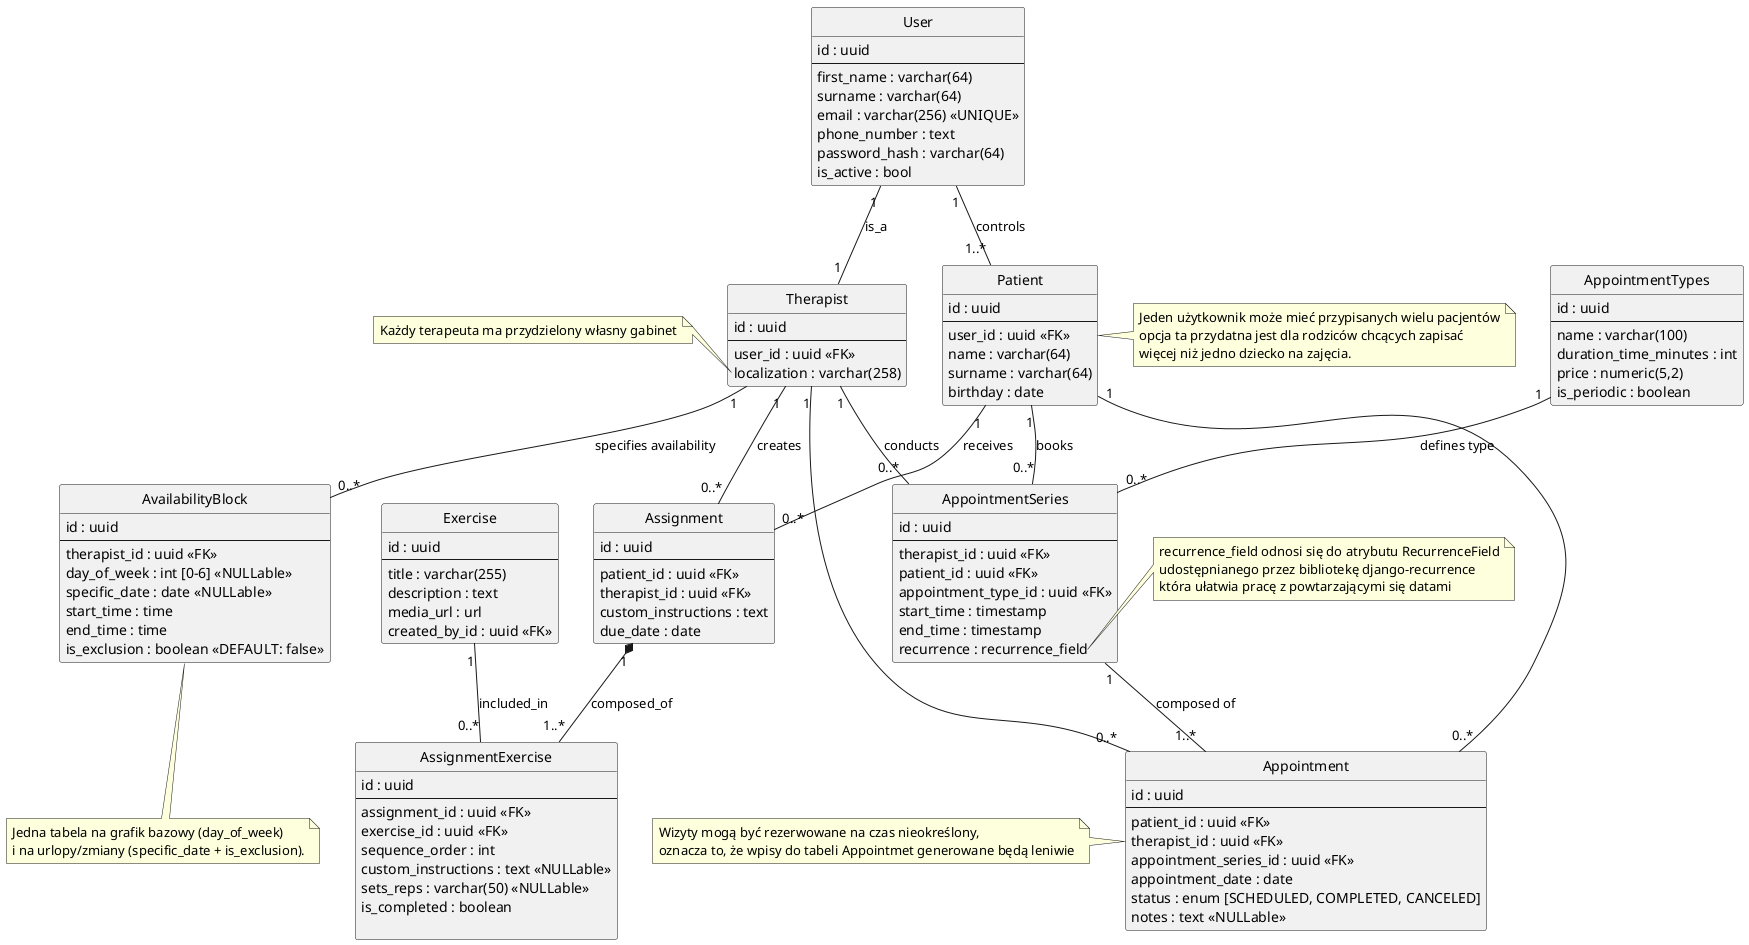
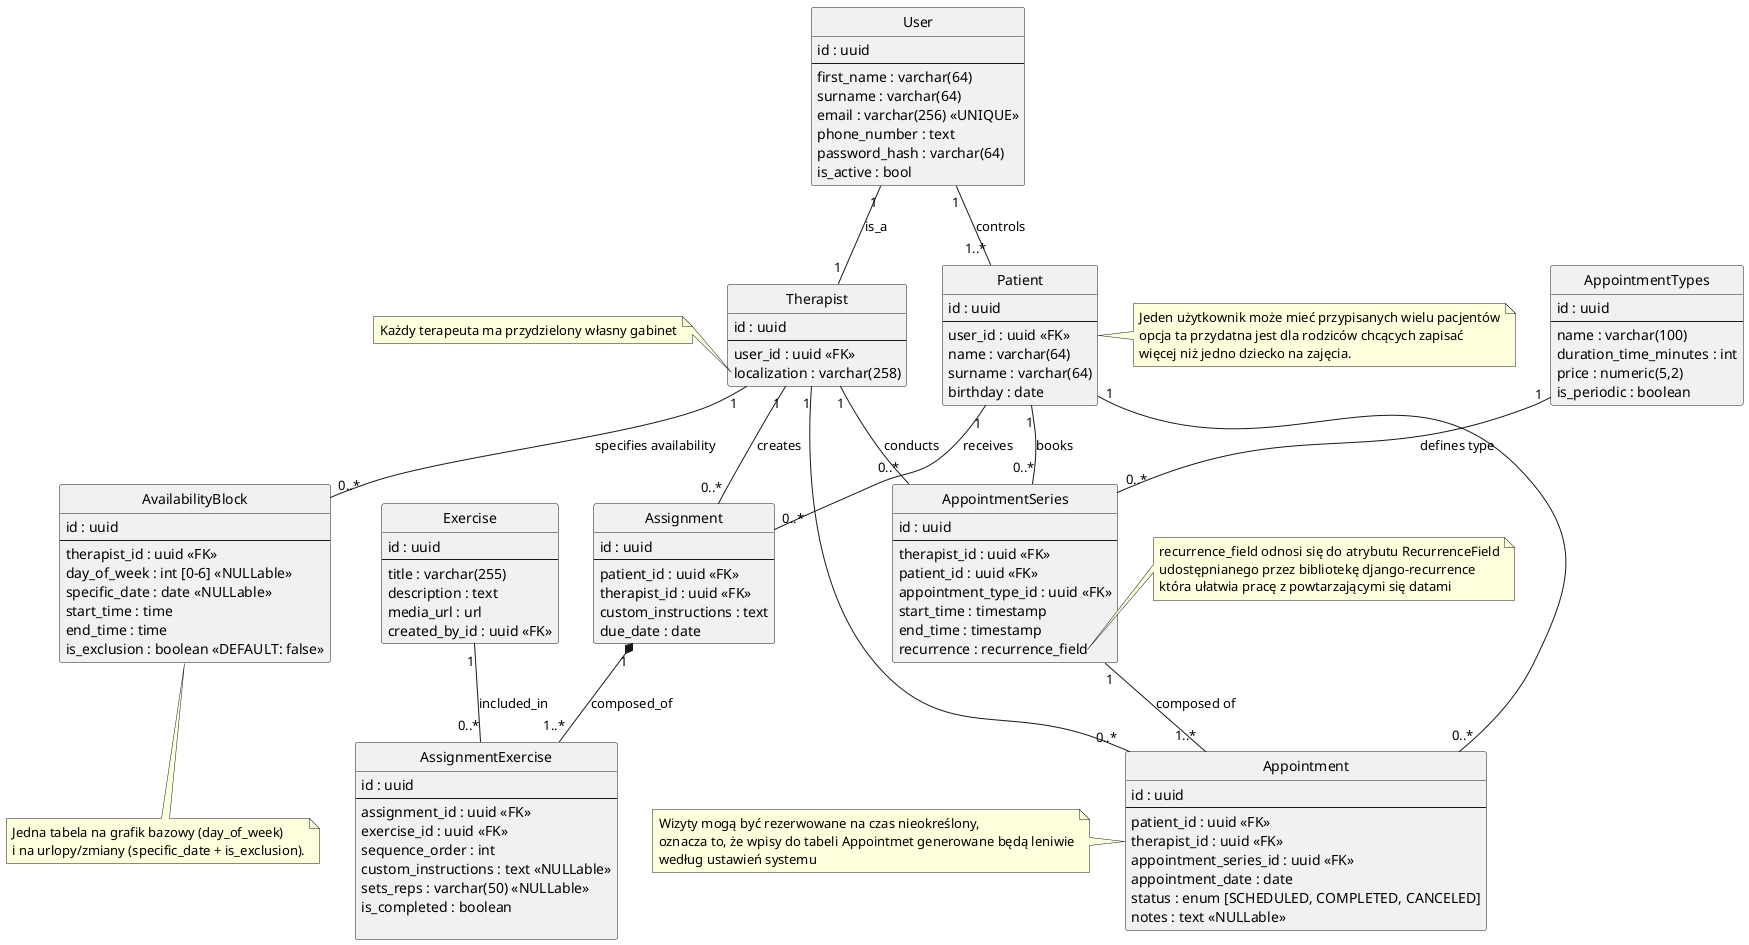
@startuml Speech Therapy Office Management System (sTOMs)

hide empty methods
hide circle
+ 
+ 
+ 

'---------------
' Profiles
'---------------

class User {
    id : uuid
--
    first_name : varchar(64)
    surname : varchar(64)
    email : varchar(256) <<UNIQUE>>
    phone_number : text
    password_hash : varchar(64)
    is_active : bool
}


class Therapist {
    id : uuid
--
    user_id : uuid <<FK>>
    localization : varchar(258)
}
note left of Therapist::localization
Każdy terapeuta ma przydzielony własny gabinet
endnote

class Patient {
    id : uuid
--
    user_id : uuid <<FK>>
    name : varchar(64)
    surname : varchar(64)
    birthday : date
}
note right
Jeden użytkownik może mieć przypisanych wielu pacjentów
opcja ta przydatna jest dla rodziców chcących zapisać
więcej niż jedno dziecko na zajęcia.
endnote

User "1" -- "1" Therapist : is_a
User "1" -- "1..*" Patient : controls


'---------------
' Therapy and Scheduling
'---------------

class AppointmentTypes {
    id : uuid
--
    name : varchar(100)
    duration_time_minutes : int
    price : numeric(5,2)
    is_periodic : boolean
}

class AvailabilityBlock {
    id : uuid
--
    therapist_id : uuid <<FK>>
    day_of_week : int [0-6] <<NULLable>>
    specific_date : date <<NULLable>>
    start_time : time
    end_time : time
    is_exclusion : boolean <<DEFAULT: false>>
}
note bottom: Jedna tabela na grafik bazowy (day_of_week)\ni na urlopy/zmiany (specific_date + is_exclusion).


class Appointment {
    id : uuid
--
    patient_id : uuid <<FK>>
    therapist_id : uuid <<FK>>
    appointment_series_id : uuid <<FK>>
    appointment_date : date
    status : enum [SCHEDULED, COMPLETED, CANCELED]
    notes : text <<NULLable>>
}
note left of Appointment
Wizyty mogą być rezerwowane na czas nieokreślony,
oznacza to, że wpisy do tabeli Appointmet generowane będą leniwie
+ według ustawień systemu
endnote

class AppointmentSeries {
    id : uuid
--
    therapist_id : uuid <<FK>>
    patient_id : uuid <<FK>>
    appointment_type_id : uuid <<FK>>
    start_time : timestamp
    end_time : timestamp
    recurrence : recurrence_field
}
note right of AppointmentSeries::recurrence
recurrence_field odnosi się do atrybutu RecurrenceField
udostępnianego przez bibliotekę django-recurrence
która ułatwia pracę z powtarzającymi się datami
endnote

Therapist "1" -- "0..*" AvailabilityBlock : specifies availability
Patient "1" -- "0..*" Appointment
Therapist "1" -- "0..*" Appointment
Patient "1" -- "0..*" AppointmentSeries : books
Therapist "1" -- "0..*" AppointmentSeries : conducts
AppointmentTypes "1" -- "0..*" AppointmentSeries : defines type
AppointmentSeries "1" -- "1..*" Appointment : composed of


'---------------
' Home Assignments
'---------------

class Exercise {
    id : uuid
--
    title : varchar(255)
    description : text
    media_url : url
    created_by_id : uuid <<FK>>
}


class Assignment {
    id : uuid
--
    patient_id : uuid <<FK>>
    therapist_id : uuid <<FK>>
    custom_instructions : text
    due_date : date
}

class AssignmentExercise {
    id : uuid
--
    assignment_id : uuid <<FK>>
    exercise_id : uuid <<FK>>
    sequence_order : int
    custom_instructions : text <<NULLable>>
    sets_reps : varchar(50) <<NULLable>>
    is_completed : boolean

}

Therapist "1" -- "0..*" Assignment : creates
Patient "1" -- "0..*" Assignment : receives

Assignment "1" *-- "1..*" AssignmentExercise : composed_of
Exercise "1" -- "0..*" AssignmentExercise : included_in

@enduml
